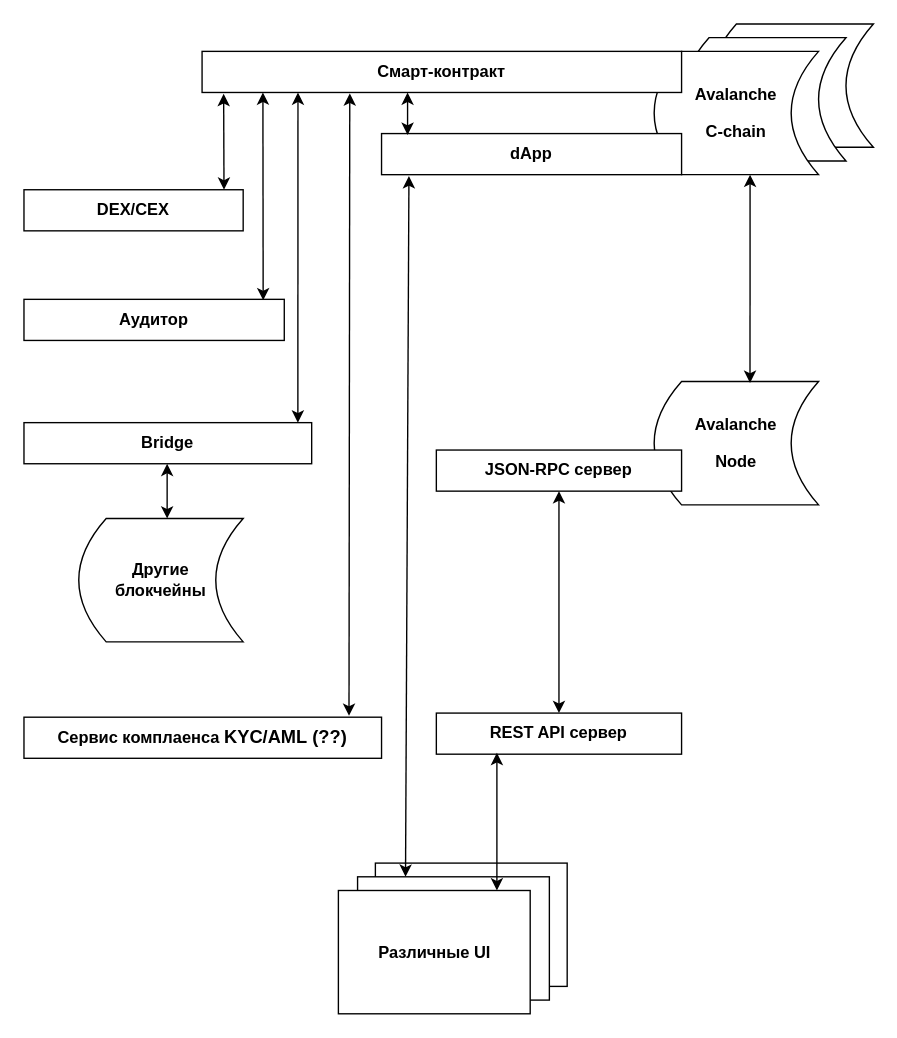
Earlier version of the draw.io diagram RETM_MVP.drawio (rpurei/RETM-Schemes). Source tidied: cells renumbered, new cells numbered last; positions are measured from the earlier drawing's top-left corner, leaving out a move shared by most shapes. Both pictures are drawn from the tidied source at 137%, with x=0, y=0 at pixel (23, 23).
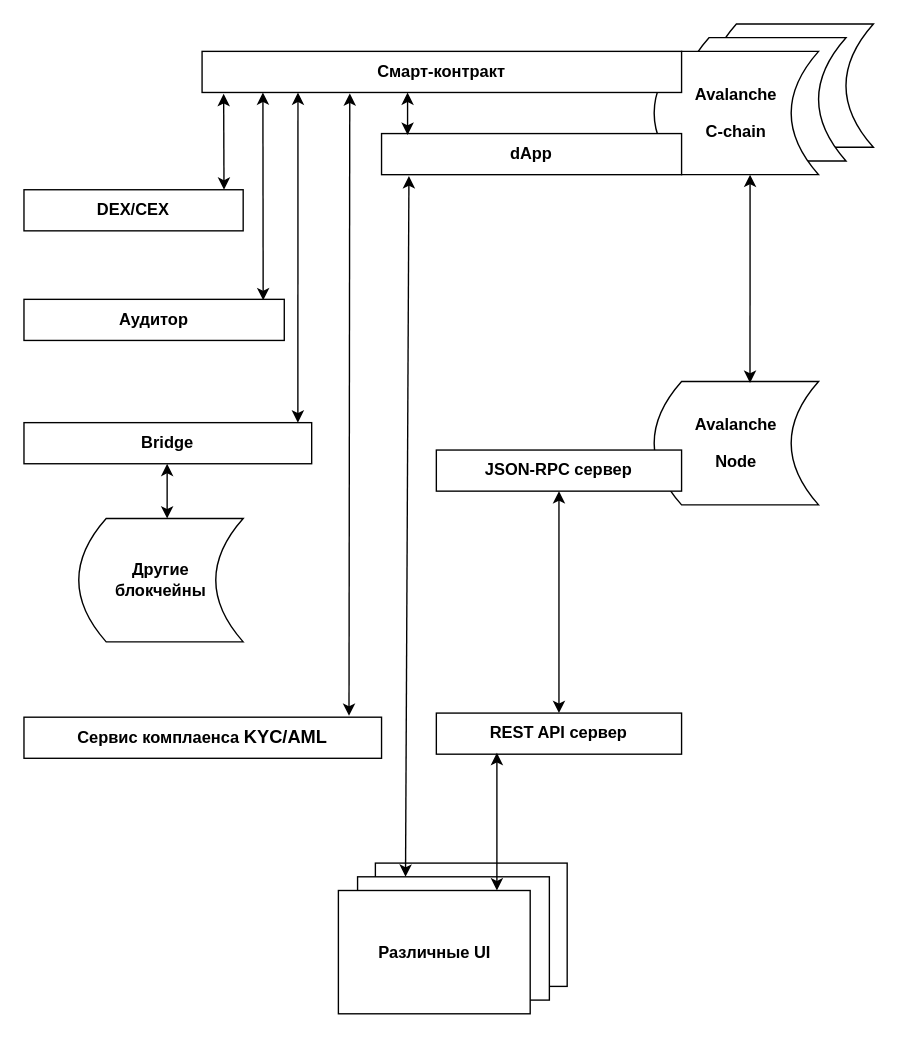
Above is the later version.

What changed in the source:
```diff
@@
-    <mxCell id="15" value="&lt;p align=&quot;center&quot; class=&quot;MsoNormal&quot;&gt;&lt;b&gt;Сервис комплаенса &lt;/b&gt;&lt;b&gt;&lt;span style=&quot;font-size:10.0pt;line-height:107%;mso-ansi-language:EN-US&quot; lang=&quot;EN-US&quot;&gt;KYC/AML&lt;/span&gt;&lt;/b&gt;&lt;b&gt;&lt;span style=&quot;font-size:10.0pt;line-height:107%&quot;&gt; (??)&lt;/span&gt;&lt;/b&gt;&lt;/p&gt;" style="rounded=0;whiteSpace=wrap;html=1;" parent="1" vertex="1">
+    <mxCell id="15" value="&lt;p align=&quot;center&quot; class=&quot;MsoNormal&quot;&gt;&lt;b&gt;Сервис комплаенса &lt;/b&gt;&lt;b&gt;&lt;span style=&quot;font-size:10.0pt;line-height:107%;mso-ansi-language:EN-US&quot; lang=&quot;EN-US&quot;&gt;KYC/AML&lt;/span&gt;&lt;/b&gt;&lt;/p&gt;" style="rounded=0;whiteSpace=wrap;html=1;" parent="1" vertex="1">
       <mxGeometry y="506" width="261" height="30" as="geometry" />
     </mxCell>
```
